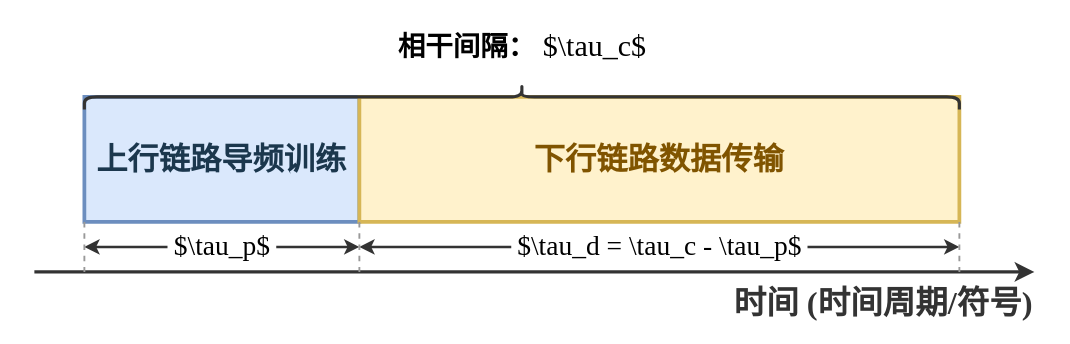
Before: 毕设相干块结构图.drawio in youmiwei/drawio, a draw.io diagram. Source tidied: cells renumbered, new cells numbered last; positions are measured from the earlier drawing's top-left corner, leaving out a move shared by most shapes. Both pictures are drawn from the tidied source at 125%, with x=0, y=0 at pixel (34, -341).
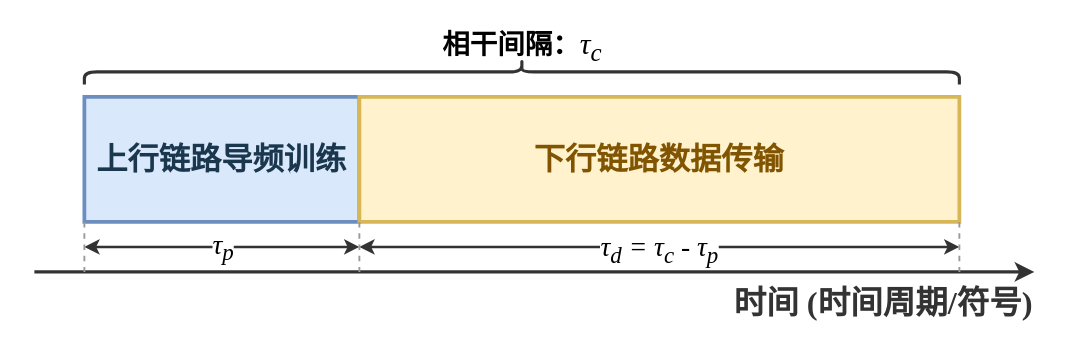
After the change.

Commit message (it also covers changes not shown here):
更新毕设相干块结构图.drawio

The change refers to these unchanged cells:
```xml
<mxCell id="8" style="endArrow=classic;startArrow=classic;html=1;strokeWidth=2;strokeColor=#333333;fontFamily=Times New Roman, 宋体;" parent="1" edge="1">
  <mxGeometry relative="1" as="geometry">
    <mxPoint x="40" y="470" as="sourcePoint" />
    <mxPoint x="260" y="470" as="targetPoint" />
  </mxGeometry>
</mxCell>
<mxCell id="10" style="endArrow=classic;startArrow=classic;html=1;strokeWidth=2;strokeColor=#333333;fontFamily=Times New Roman, 宋体;" parent="1" edge="1">
  <mxGeometry relative="1" as="geometry">
    <mxPoint x="260" y="470" as="sourcePoint" />
    <mxPoint x="740" y="470" as="targetPoint" />
  </mxGeometry>
</mxCell>
```

What changed in the source:
```diff
@@
     <mxCell id="6" style="shape=curlyBracket;whiteSpace=wrap;html=1;rounded=1;flipH=1;labelPosition=right;verticalLabelPosition=middle;align=left;verticalAlign=middle;strokeWidth=2.5;strokeColor=#333333;rotation=-90;fontFamily=Times New Roman, 宋体;" parent="1" vertex="1">
-      <mxGeometry x="380" width="20" height="700" as="geometry" />
+      <mxGeometry x="380" y="-20" width="20" height="700" as="geometry" />
     </mxCell>
-    <mxCell id="7" value="&lt;span style=&quot;font-size: 22px;&quot;&gt;&lt;b&gt;相干间隔：&lt;/b&gt;&lt;/span&gt;&lt;span style=&quot;font-size: 24px;&quot;&gt; $\tau_c$&lt;/span&gt;" style="text;html=1;align=center;verticalAlign=middle;fontFamily=Times New Roman, 宋体;" parent="1" vertex="1">
+    <mxCell id="7" value="&lt;span style=&quot;font-size: 22px; font-family: 宋体;&quot;&gt;&lt;b&gt;相干间隔：&lt;/b&gt;&lt;/span&gt;&lt;span style=&quot;font-size: 24px; font-family: &amp;quot;Times New Roman&amp;quot;;&quot;&gt;&lt;i&gt;τ&lt;sub&gt;c&lt;/sub&gt;&lt;/i&gt;&lt;/span&gt;" style="text;html=1;align=center;verticalAlign=middle;fontFamily=Times New Roman, 宋体;" parent="1" vertex="1">
       <mxGeometry x="290" y="290" width="200" height="40" as="geometry" />
     </mxCell>
@@
-    <mxCell id="9" value="&lt;span style=&quot;font-size: 22px; background-color: rgb(255, 255, 255); padding: 0px 5px;&quot;&gt;$\tau_p$&lt;/span&gt;" style="text;html=1;align=center;verticalAlign=middle;fontFamily=Times New Roman, 宋体;" parent="1" vertex="1">
-      <mxGeometry x="110" y="455" width="80" height="30" as="geometry" />
-    </mxCell>
+    <mxCell id="15" value="&lt;i style=&quot;font-family: &amp;quot;Times New Roman&amp;quot;; font-size: 22px;&quot;&gt;τ&lt;sub&gt;p&lt;/sub&gt;&lt;/i&gt;" style="edgeLabel;html=1;align=center;verticalAlign=middle;" parent="8" vertex="1">
+      <mxGeometry x="0.21" y="-3" relative="1" as="geometry">
+        <mxPoint x="-23" y="-3" as="offset" />
+      </mxGeometry>
+    </mxCell>
@@
-    <mxCell id="11" value="&lt;span style=&quot;font-size: 22px; background-color: rgb(255, 255, 255); padding: 0px 5px;&quot;&gt;$\tau_d = \tau_c - \tau_p$&lt;/span&gt;" style="text;html=1;align=center;verticalAlign=middle;fontFamily=Times New Roman, 宋体;" parent="1" vertex="1">
-      <mxGeometry x="440" y="455" width="120" height="30" as="geometry" />
-    </mxCell>
+    <mxCell id="16" value="&lt;i style=&quot;font-family: &amp;quot;Times New Roman&amp;quot;; font-size: 22px;&quot;&gt;τ&lt;sub&gt;d&lt;/sub&gt;&amp;nbsp;= τ&lt;sub&gt;c&lt;/sub&gt;&amp;nbsp;- τ&lt;sub&gt;p&lt;/sub&gt;&lt;/i&gt;" style="edgeLabel;html=1;align=center;verticalAlign=middle;" parent="10" vertex="1">
+      <mxGeometry x="0.17" y="-2" relative="1" as="geometry">
+        <mxPoint x="-42" as="offset" />
+      </mxGeometry>
+    </mxCell>
```
